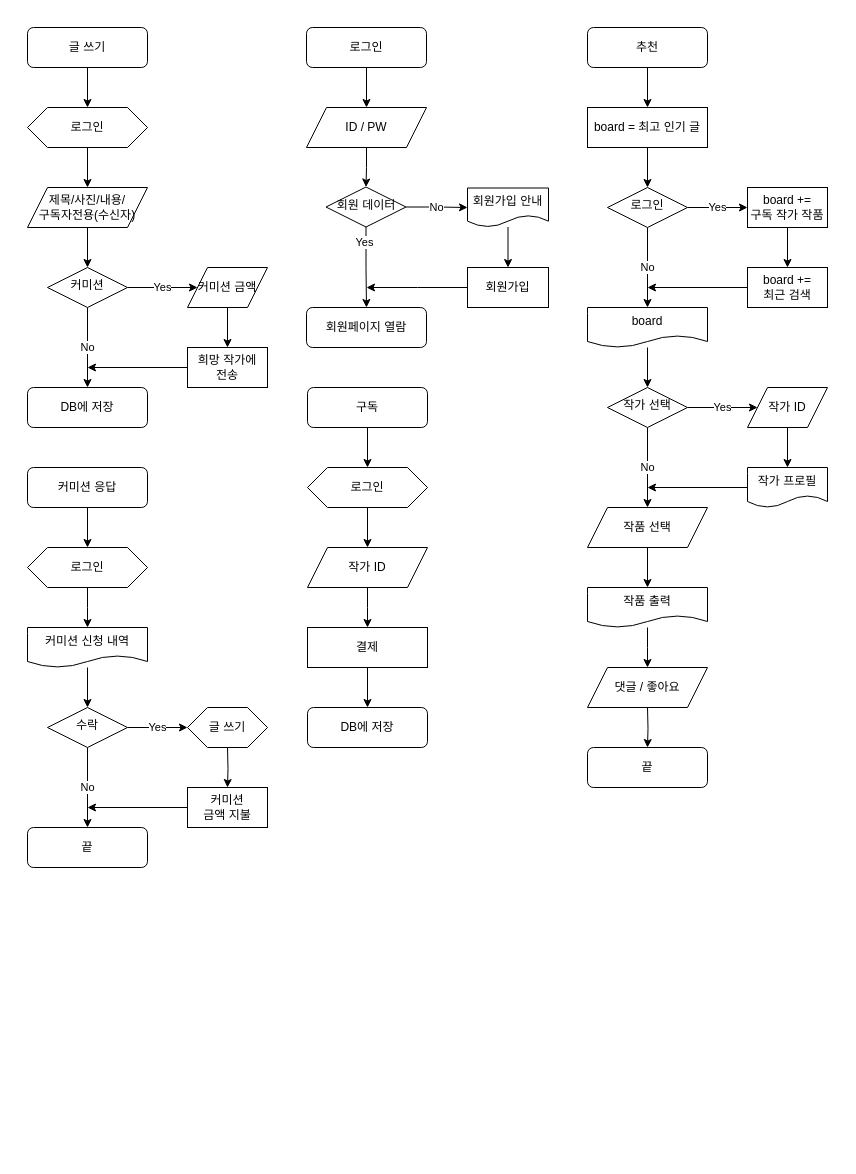
dnjsrl132/barogrim keeps this draw.io diagram as draw/flowchart.drawio. Above is the earlier version. Source tidied: cells renumbered, new cells numbered last; positions are measured from the earlier drawing's top-left corner, leaving out a move shared by most shapes. Both pictures are drawn from the tidied source at 100%, with x=0, y=0 at pixel (27, 27).
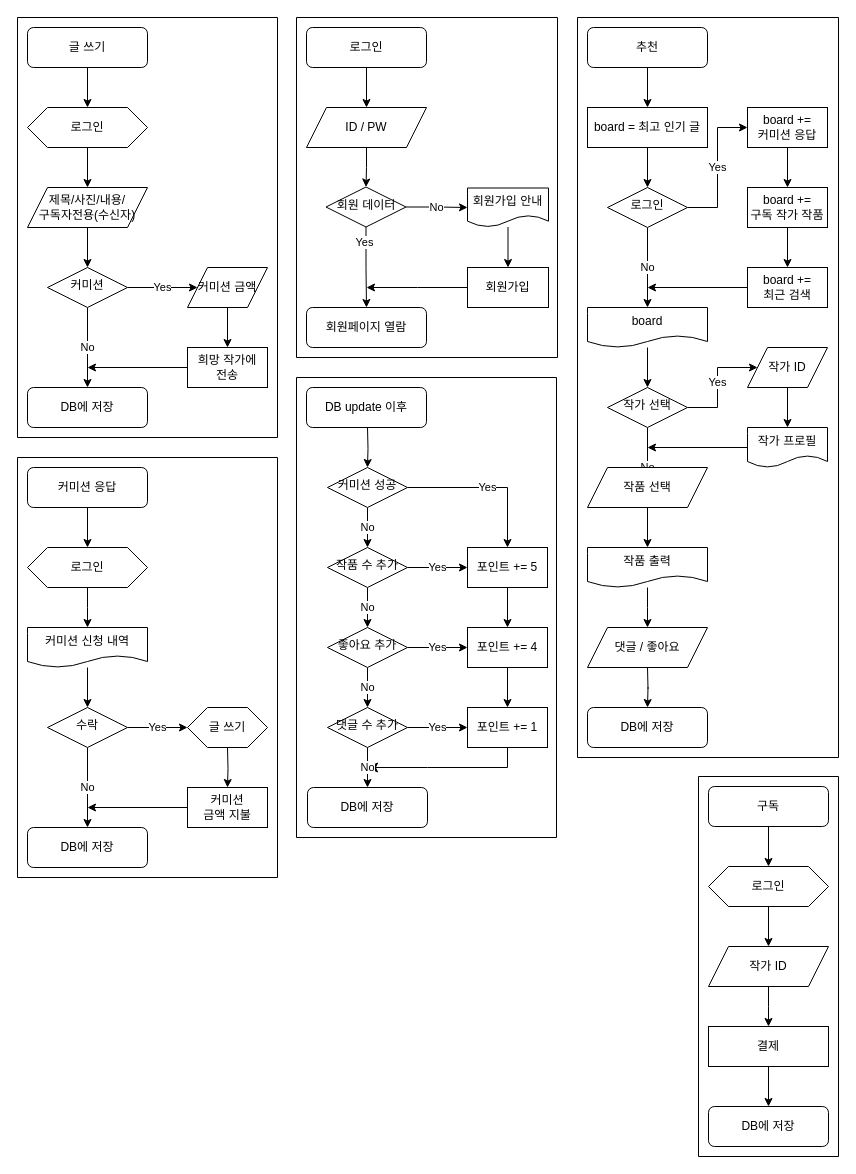
The same page after the edit.

Unchanged cells that the change refers to:
```xml
<mxCell id="44" value="board += &lt;br&gt;최근 검색" style="rounded=0;whiteSpace=wrap;html=1;" parent="1" vertex="1">
  <mxGeometry x="720" y="240" width="80" height="40" as="geometry" />
</mxCell>
```

The edit, as a diff of the source:
```diff
@@
-    <mxCell id="33" style="edgeStyle=orthogonalEdgeStyle;rounded=0;jettySize=auto;html=1;" parent="1" edge="1" source="34" target="44">
+    <mxCell id="33" style="edgeStyle=orthogonalEdgeStyle;rounded=0;jettySize=auto;html=1;" parent="1" edge="1" source="81" target="44">
       <mxGeometry relative="1" as="geometry" />
     </mxCell>
-    <mxCell id="34" value="board +=&lt;br&gt;구독 작가 작품" style="rounded=0;whiteSpace=wrap;html=1;" parent="1" vertex="1">
-      <mxGeometry x="720" y="160" width="80" height="40" as="geometry" />
+    <mxCell id="34" value="board +=&lt;br&gt;커미션 응답" style="rounded=0;whiteSpace=wrap;html=1;" parent="1" vertex="1">
+      <mxGeometry x="720" y="80" width="80" height="40" as="geometry" />
     </mxCell>
-    <mxCell id="35" style="edgeStyle=orthogonalEdgeStyle;rounded=0;jettySize=auto;html=1;entryX=0.5;entryY=0;entryDx=0;entryDy=0;" parent="1" edge="1" source="36" target="52">
-      <mxGeometry relative="1" as="geometry" />
-    </mxCell>
-    <mxCell id="36" value="작품 선택" style="shape=parallelogram;perimeter=parallelogramPerimeter;whiteSpace=wrap;html=1;fixedSize=1;" parent="1" vertex="1">
-      <mxGeometry x="560" y="480" width="120" height="40" as="geometry" />
-    </mxCell>
@@
-    <mxCell id="47" style="edgeStyle=orthogonalEdgeStyle;rounded=0;jettySize=auto;html=1;entryX=0.5;entryY=0;entryDx=0;entryDy=0;" parent="1" edge="1" source="48" target="50">
-      <mxGeometry relative="1" as="geometry" />
-    </mxCell>
-    <mxCell id="48" value="작가 ID" style="shape=parallelogram;perimeter=parallelogramPerimeter;whiteSpace=wrap;html=1;fixedSize=1;" parent="1" vertex="1">
-      <mxGeometry x="720" y="360" width="80" height="40" as="geometry" />
-    </mxCell>
     <mxCell id="49" style="edgeStyle=orthogonalEdgeStyle;rounded=0;jettySize=auto;html=1;" parent="1" edge="1" source="50">
       <mxGeometry relative="1" as="geometry">
-        <mxPoint x="620" y="460" as="targetPoint" />
+        <mxPoint x="620" y="420" as="targetPoint" />
       </mxGeometry>
     </mxCell>
-    <mxCell id="50" value="작가 프로필" style="shape=document;whiteSpace=wrap;html=1;boundedLbl=1;" parent="1" vertex="1">
-      <mxGeometry x="720" y="440" width="80" height="40" as="geometry" />
-    </mxCell>
-    <mxCell id="51" style="edgeStyle=orthogonalEdgeStyle;rounded=0;jettySize=auto;html=1;entryX=0.5;entryY=0;entryDx=0;entryDy=0;" parent="1" edge="1" target="53">
-      <mxGeometry relative="1" as="geometry">
-        <mxPoint x="620" y="680" as="sourcePoint" />
-      </mxGeometry>
-    </mxCell>
-    <mxCell id="52" value="작품 출력" style="shape=document;whiteSpace=wrap;html=1;boundedLbl=1;" parent="1" vertex="1">
-      <mxGeometry x="560" y="560" width="120" height="40" as="geometry" />
-    </mxCell>
-    <mxCell id="53" value="끝" style="rounded=1;whiteSpace=wrap;html=1;fontSize=12;glass=0;strokeWidth=1;shadow=0;" parent="1" vertex="1">
-      <mxGeometry x="560" y="720" width="120" height="40" as="geometry" />
-    </mxCell>
-    <mxCell id="54" style="edgeStyle=orthogonalEdgeStyle;rounded=0;jettySize=auto;html=1;entryX=0.5;entryY=0;entryDx=0;entryDy=0;" parent="1" edge="1" source="52">
-      <mxGeometry relative="1" as="geometry">
-        <mxPoint x="620" y="640" as="targetPoint" />
-      </mxGeometry>
-    </mxCell>
@@
     <mxCell id="56" value="구독" style="rounded=1;whiteSpace=wrap;html=1;fontSize=12;glass=0;strokeWidth=1;shadow=0;" parent="1" vertex="1">
-      <mxGeometry x="280" y="360" width="120" height="40" as="geometry" />
+      <mxGeometry x="681" y="759" width="120" height="40" as="geometry" />
     </mxCell>
     <mxCell id="57" value="DB에 저장" style="rounded=1;whiteSpace=wrap;html=1;fontSize=12;glass=0;strokeWidth=1;shadow=0;" parent="1" vertex="1">
-      <mxGeometry x="280" y="680" width="120" height="40" as="geometry" />
+      <mxGeometry x="681" y="1079" width="120" height="40" as="geometry" />
     </mxCell>
@@
     <mxCell id="59" value="로그인" style="shape=hexagon;perimeter=hexagonPerimeter2;whiteSpace=wrap;html=1;fixedSize=1;" parent="1" vertex="1">
-      <mxGeometry x="280" y="440" width="120" height="40" as="geometry" />
+      <mxGeometry x="681" y="839" width="120" height="40" as="geometry" />
     </mxCell>
     <mxCell id="60" style="edgeStyle=orthogonalEdgeStyle;rounded=0;jettySize=auto;html=1;entryX=0.5;entryY=0;entryDx=0;entryDy=0;" parent="1" edge="1" source="61">
       <mxGeometry relative="1" as="geometry">
-        <mxPoint x="340" y="600" as="targetPoint" />
+        <mxPoint x="741" y="999" as="targetPoint" />
       </mxGeometry>
     </mxCell>
     <mxCell id="61" value="작가 ID" style="shape=parallelogram;perimeter=parallelogramPerimeter;whiteSpace=wrap;html=1;fixedSize=1;" parent="1" vertex="1">
-      <mxGeometry x="280" y="520" width="120" height="40" as="geometry" />
+      <mxGeometry x="681" y="919" width="120" height="40" as="geometry" />
     </mxCell>
@@
     <mxCell id="63" value="결제" style="rounded=0;whiteSpace=wrap;html=1;" parent="1" vertex="1">
-      <mxGeometry x="280" y="600" width="120" height="40" as="geometry" />
+      <mxGeometry x="681" y="999" width="120" height="40" as="geometry" />
     </mxCell>
@@
-    <mxCell id="66" value="끝" style="rounded=1;whiteSpace=wrap;html=1;fontSize=12;glass=0;strokeWidth=1;shadow=0;" parent="1" vertex="1">
-      <mxGeometry y="800" width="120" height="40" as="geometry" />
-    </mxCell>
@@
+    <mxCell id="79" value="DB에 저장" style="rounded=1;whiteSpace=wrap;html=1;fontSize=12;glass=0;strokeWidth=1;shadow=0;" parent="1" vertex="1">
+      <mxGeometry y="800" width="120" height="40" as="geometry" />
+    </mxCell>
+    <mxCell id="80" style="edgeStyle=orthogonalEdgeStyle;rounded=0;jettySize=auto;html=1;" parent="1" edge="1" source="34" target="81">
+      <mxGeometry relative="1" as="geometry" />
+    </mxCell>
+    <mxCell id="81" value="board +=&lt;br&gt;구독 작가 작품" style="rounded=0;whiteSpace=wrap;html=1;" parent="1" vertex="1">
+      <mxGeometry x="720" y="160" width="80" height="40" as="geometry" />
+    </mxCell>
+    <mxCell id="82" style="swimlane;whiteSpace=wrap;html=1;startSize=0;" parent="1" vertex="1">
+      <mxGeometry x="-10" y="-10" width="260" height="420" as="geometry" />
+    </mxCell>
+    <mxCell id="83" style="swimlane;whiteSpace=wrap;html=1;startSize=0;" parent="1" vertex="1">
+      <mxGeometry x="269" y="-10" width="261" height="340" as="geometry" />
+    </mxCell>
+    <mxCell id="84" style="swimlane;whiteSpace=wrap;html=1;startSize=0;" parent="1" vertex="1">
+      <mxGeometry x="550" y="-10" width="261" height="740" as="geometry" />
+    </mxCell>
+    <mxCell id="48" value="작가 ID" style="shape=parallelogram;perimeter=parallelogramPerimeter;whiteSpace=wrap;html=1;fixedSize=1;" parent="84" vertex="1">
+      <mxGeometry x="170" y="330" width="80" height="40" as="geometry" />
+    </mxCell>
+    <mxCell id="50" value="작가 프로필" style="shape=document;whiteSpace=wrap;html=1;boundedLbl=1;" parent="84" vertex="1">
+      <mxGeometry x="170" y="410" width="80" height="40" as="geometry" />
+    </mxCell>
+    <mxCell id="47" style="edgeStyle=orthogonalEdgeStyle;rounded=0;jettySize=auto;html=1;entryX=0.5;entryY=0;entryDx=0;entryDy=0;" parent="84" edge="1" source="48" target="50">
+      <mxGeometry relative="1" as="geometry" />
+    </mxCell>
+    <mxCell id="36" value="작품 선택" style="shape=parallelogram;perimeter=parallelogramPerimeter;whiteSpace=wrap;html=1;fixedSize=1;" parent="84" vertex="1">
+      <mxGeometry x="10" y="450" width="120" height="40" as="geometry" />
+    </mxCell>
+    <mxCell id="51" style="edgeStyle=orthogonalEdgeStyle;rounded=0;orthogonalLoop=1;jettySize=auto;html=1;entryX=0.5;entryY=0;entryDx=0;entryDy=0;" parent="84" edge="1">
+      <mxGeometry relative="1" as="geometry">
+        <mxPoint x="70" y="650" as="sourcePoint" />
+        <mxPoint x="70" y="690" as="targetPoint" />
+      </mxGeometry>
+    </mxCell>
+    <mxCell id="52" value="작품 출력" style="shape=document;whiteSpace=wrap;html=1;boundedLbl=1;" parent="84" vertex="1">
+      <mxGeometry x="10" y="530" width="120" height="40" as="geometry" />
+    </mxCell>
+    <mxCell id="35" style="edgeStyle=orthogonalEdgeStyle;rounded=0;jettySize=auto;html=1;entryX=0.5;entryY=0;entryDx=0;entryDy=0;" parent="84" edge="1" source="36" target="52">
+      <mxGeometry relative="1" as="geometry" />
+    </mxCell>
+    <mxCell id="54" style="edgeStyle=orthogonalEdgeStyle;rounded=0;jettySize=auto;html=1;entryX=0.5;entryY=0;entryDx=0;entryDy=0;" parent="84" edge="1" source="52">
+      <mxGeometry relative="1" as="geometry">
+        <mxPoint x="70" y="610" as="targetPoint" />
+      </mxGeometry>
+    </mxCell>
-    <mxCell id="78" value="댓글 / 좋아요" style="shape=parallelogram;perimeter=parallelogramPerimeter;whiteSpace=wrap;html=1;fixedSize=1;" parent="1" vertex="1">
-      <mxGeometry x="560" y="640" width="120" height="40" as="geometry" />
+    <mxCell id="78" value="댓글 / 좋아요" style="shape=parallelogram;perimeter=parallelogramPerimeter;whiteSpace=wrap;html=1;fixedSize=1;" parent="84" vertex="1">
+      <mxGeometry x="10" y="610" width="120" height="40" as="geometry" />
     </mxCell>
+    <mxCell id="85" value="DB에 저장" style="rounded=1;whiteSpace=wrap;html=1;fontSize=12;glass=0;strokeWidth=1;shadow=0;" parent="84" vertex="1">
+      <mxGeometry x="10" y="690" width="120" height="40" as="geometry" />
+    </mxCell>
+    <mxCell id="86" value="DB update 이후" style="rounded=1;whiteSpace=wrap;html=1;fontSize=12;glass=0;strokeWidth=1;shadow=0;" parent="1" vertex="1">
+      <mxGeometry x="279" y="360" width="120" height="40" as="geometry" />
+    </mxCell>
+    <mxCell id="87" style="swimlane;whiteSpace=wrap;html=1;startSize=0;" parent="1" vertex="1">
+      <mxGeometry x="269" y="350" width="260" height="460" as="geometry" />
+    </mxCell>
+    <mxCell id="88" style="edgeStyle=orthogonalEdgeStyle;rounded=0;jettySize=auto;html=1;" parent="87" edge="1" target="90">
+      <mxGeometry relative="1" as="geometry">
+        <mxPoint x="71" y="50" as="sourcePoint" />
+      </mxGeometry>
+    </mxCell>
+    <mxCell id="89" value="No" style="edgeStyle=orthogonalEdgeStyle;rounded=0;jettySize=auto;html=1;" parent="87" edge="1" source="90">
+      <mxGeometry relative="1" as="geometry">
+        <mxPoint x="71" y="170" as="targetPoint" />
+      </mxGeometry>
+    </mxCell>
+    <mxCell id="90" value="커미션 성공" style="rhombus;whiteSpace=wrap;html=1;shadow=0;fontFamily=Helvetica;fontSize=12;align=center;strokeWidth=1;spacing=6;spacingTop=-4;" parent="87" vertex="1">
+      <mxGeometry x="31" y="90" width="80" height="40" as="geometry" />
+    </mxCell>
+    <mxCell id="91" style="edgeStyle=orthogonalEdgeStyle;rounded=0;jettySize=auto;html=1;entryX=0.5;entryY=0;entryDx=0;entryDy=0;" parent="87" edge="1" source="92" target="97">
+      <mxGeometry relative="1" as="geometry" />
+    </mxCell>
+    <mxCell id="92" value="포인트 += 5" style="rounded=0;whiteSpace=wrap;html=1;" parent="87" vertex="1">
+      <mxGeometry x="171" y="170" width="80" height="40" as="geometry" />
+    </mxCell>
+    <mxCell id="93" value="Yes" style="edgeStyle=orthogonalEdgeStyle;rounded=0;jettySize=auto;html=1;entryX=0.5;entryY=0;entryDx=0;entryDy=0;" parent="87" edge="1" source="90" target="92">
+      <mxGeometry relative="1" as="geometry" />
+    </mxCell>
+    <mxCell id="94" value="No" style="edgeStyle=orthogonalEdgeStyle;rounded=0;jettySize=auto;html=1;" parent="87" edge="1" source="95">
+      <mxGeometry relative="1" as="geometry">
+        <mxPoint x="71" y="250" as="targetPoint" />
+      </mxGeometry>
+    </mxCell>
+    <mxCell id="95" value="작품 수 추가" style="rhombus;whiteSpace=wrap;html=1;shadow=0;fontFamily=Helvetica;fontSize=12;align=center;strokeWidth=1;spacing=6;spacingTop=-4;" parent="87" vertex="1">
+      <mxGeometry x="31" y="170" width="80" height="40" as="geometry" />
+    </mxCell>
+    <mxCell id="96" style="edgeStyle=orthogonalEdgeStyle;rounded=0;jettySize=auto;html=1;entryX=0.5;entryY=0;entryDx=0;entryDy=0;" parent="87" edge="1" source="97" target="103">
+      <mxGeometry relative="1" as="geometry" />
+    </mxCell>
+    <mxCell id="97" value="포인트 += 4" style="rounded=0;whiteSpace=wrap;html=1;" parent="87" vertex="1">
+      <mxGeometry x="171" y="250" width="80" height="40" as="geometry" />
+    </mxCell>
+    <mxCell id="98" value="Yes" style="edgeStyle=orthogonalEdgeStyle;rounded=0;jettySize=auto;html=1;entryX=0;entryY=0.5;entryDx=0;entryDy=0;" parent="87" edge="1" source="95">
+      <mxGeometry relative="1" as="geometry">
+        <mxPoint x="171" y="190" as="targetPoint" />
+      </mxGeometry>
+    </mxCell>
+    <mxCell id="99" value="No" style="edgeStyle=orthogonalEdgeStyle;rounded=0;jettySize=auto;html=1;" parent="87" edge="1" source="100">
+      <mxGeometry relative="1" as="geometry">
+        <mxPoint x="71" y="330" as="targetPoint" />
+      </mxGeometry>
+    </mxCell>
+    <mxCell id="100" value="좋아요 추가" style="rhombus;whiteSpace=wrap;html=1;shadow=0;fontFamily=Helvetica;fontSize=12;align=center;strokeWidth=1;spacing=6;spacingTop=-4;" parent="87" vertex="1">
+      <mxGeometry x="31" y="250" width="80" height="40" as="geometry" />
+    </mxCell>
+    <mxCell id="101" value="Yes" style="edgeStyle=orthogonalEdgeStyle;rounded=0;jettySize=auto;html=1;entryX=0;entryY=0.5;entryDx=0;entryDy=0;" parent="87" edge="1" source="100">
+      <mxGeometry relative="1" as="geometry">
+        <mxPoint x="171" y="270" as="targetPoint" />
+      </mxGeometry>
+    </mxCell>
+    <mxCell id="102" value="댓글 수 추가" style="rhombus;whiteSpace=wrap;html=1;shadow=0;fontFamily=Helvetica;fontSize=12;align=center;strokeWidth=1;spacing=6;spacingTop=-4;" parent="87" vertex="1">
+      <mxGeometry x="31" y="330" width="80" height="40" as="geometry" />
+    </mxCell>
+    <mxCell id="103" value="포인트 += 1" style="rounded=0;whiteSpace=wrap;html=1;" parent="87" vertex="1">
+      <mxGeometry x="171" y="330" width="80" height="40" as="geometry" />
+    </mxCell>
+    <mxCell id="104" value="Yes" style="edgeStyle=orthogonalEdgeStyle;rounded=0;jettySize=auto;html=1;entryX=0;entryY=0.5;entryDx=0;entryDy=0;" parent="87" edge="1" source="102">
+      <mxGeometry relative="1" as="geometry">
+        <mxPoint x="171" y="350" as="targetPoint" />
+      </mxGeometry>
+    </mxCell>
+    <mxCell id="105" value="DB에 저장" style="rounded=1;whiteSpace=wrap;html=1;fontSize=12;glass=0;strokeWidth=1;shadow=0;" parent="87" vertex="1">
+      <mxGeometry x="11" y="410" width="120" height="40" as="geometry" />
+    </mxCell>
+    <mxCell id="106" style="edgeStyle=segmentEdgeStyle;endArrow=classic;html=1;curved=0;rounded=0;endSize=8;startSize=8;" parent="87" edge="1">
+      <mxGeometry relative="1" as="geometry">
+        <mxPoint x="211" y="370" as="sourcePoint" />
+        <mxPoint x="71" y="390" as="targetPoint" />
+        <Array as="points">
+          <mxPoint x="211" y="390" />
+          <mxPoint x="131" y="390" />
+        </Array>
+      </mxGeometry>
+    </mxCell>
+    <mxCell id="107" value="No" style="edgeStyle=orthogonalEdgeStyle;rounded=0;jettySize=auto;html=1;" parent="87" edge="1" source="102">
+      <mxGeometry relative="1" as="geometry">
+        <mxPoint x="71" y="410" as="targetPoint" />
+      </mxGeometry>
+    </mxCell>
+    <mxCell id="108" style="swimlane;startSize=0;" parent="1" vertex="1">
+      <mxGeometry x="-10" y="430" width="260" height="420" as="geometry" />
+    </mxCell>
+    <mxCell id="109" style="swimlane;startSize=0;" parent="1" vertex="1">
+      <mxGeometry x="671" y="749" width="140" height="380" as="geometry" />
+    </mxCell>
```
